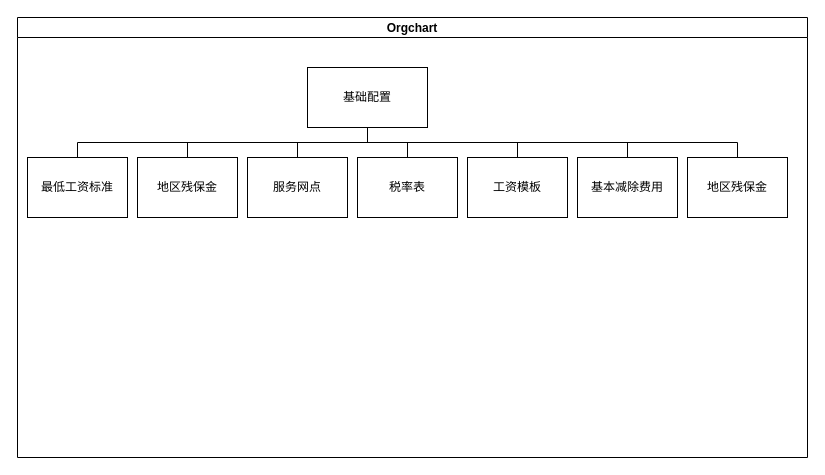
Before: 薪税概况图.drawio in hz-jyq/draw, a draw.io diagram. Source tidied: cells renumbered, new cells numbered last; positions are measured from the earlier drawing's top-left corner, leaving out a move shared by most shapes. Both pictures are drawn from the tidied source at 100%, with x=0, y=0 at pixel (17, 17).
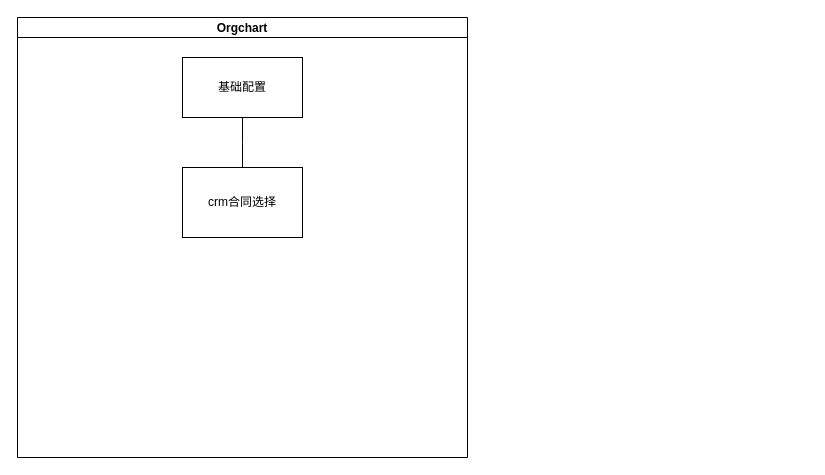
The same diagram, later.

Commit message (it also covers changes not shown here):
更新薪税概况图.drawio

Change to the diagram source:
```diff
@@
 <mxGraphModel>
   <root>
     <mxCell id="0" />
     <mxCell id="1" parent="0" />
     <mxCell id="2" value="Orgchart" style="swimlane;startSize=20;horizontal=1;containerType=tree;newEdgeStyle={&quot;edgeStyle&quot;:&quot;elbowEdgeStyle&quot;,&quot;startArrow&quot;:&quot;none&quot;,&quot;endArrow&quot;:&quot;none&quot;};" parent="1" vertex="1">
-      <mxGeometry width="790" height="440" as="geometry" />
+      <mxGeometry width="450" height="440" as="geometry" />
     </mxCell>
-    <mxCell id="3" style="edgeStyle=elbowEdgeStyle;elbow=vertical;sourcePerimeterSpacing=0;targetPerimeterSpacing=0;startArrow=none;endArrow=none;rounded=0;curved=0;" parent="2" edge="1" source="5" target="6">
-      <mxGeometry relative="1" as="geometry" />
-    </mxCell>
-    <mxCell id="4" style="edgeStyle=elbowEdgeStyle;elbow=vertical;sourcePerimeterSpacing=0;targetPerimeterSpacing=0;startArrow=none;endArrow=none;rounded=0;curved=0;" parent="2" edge="1" source="5" target="7">
-      <mxGeometry relative="1" as="geometry" />
-    </mxCell>
-    <mxCell id="5" value="基础配置" style="whiteSpace=wrap;html=1;align=center;newEdgeStyle={&quot;edgeStyle&quot;:&quot;elbowEdgeStyle&quot;,&quot;startArrow&quot;:&quot;none&quot;,&quot;endArrow&quot;:&quot;none&quot;};" parent="2" vertex="1">
-      <mxGeometry x="290" y="50" width="120" height="60" as="geometry" />
+    <mxCell id="5" value="crm合同选择" style="whiteSpace=wrap;html=1;align=center;newEdgeStyle={&quot;edgeStyle&quot;:&quot;elbowEdgeStyle&quot;,&quot;startArrow&quot;:&quot;none&quot;,&quot;endArrow&quot;:&quot;none&quot;};" parent="2" vertex="1" collapsed="1">
+      <mxGeometry x="165" y="150" width="120" height="70" as="geometry" />
     </mxCell>
-    <mxCell id="6" value="最低工资标准" style="whiteSpace=wrap;html=1;align=center;verticalAlign=middle;newEdgeStyle={&quot;edgeStyle&quot;:&quot;elbowEdgeStyle&quot;,&quot;startArrow&quot;:&quot;none&quot;,&quot;endArrow&quot;:&quot;none&quot;};" parent="2" vertex="1">
-      <mxGeometry x="10" y="140" width="100" height="60" as="geometry" />
-    </mxCell>
-    <mxCell id="7" value="地区残保金" style="whiteSpace=wrap;html=1;align=center;verticalAlign=middle;newEdgeStyle={&quot;edgeStyle&quot;:&quot;elbowEdgeStyle&quot;,&quot;startArrow&quot;:&quot;none&quot;,&quot;endArrow&quot;:&quot;none&quot;};" parent="2" vertex="1" collapsed="1">
-      <mxGeometry x="120" y="140" width="100" height="60" as="geometry" />
-    </mxCell>
-    <mxCell id="8" value="服务网点" style="whiteSpace=wrap;html=1;align=center;verticalAlign=middle;newEdgeStyle={&quot;edgeStyle&quot;:&quot;elbowEdgeStyle&quot;,&quot;startArrow&quot;:&quot;none&quot;,&quot;endArrow&quot;:&quot;none&quot;};" parent="2" vertex="1" collapsed="1">
-      <mxGeometry x="230" y="140" width="100" height="60" as="geometry" />
-    </mxCell>
-    <mxCell id="9" style="edgeStyle=elbowEdgeStyle;elbow=vertical;sourcePerimeterSpacing=0;targetPerimeterSpacing=0;startArrow=none;endArrow=none;rounded=0;curved=0;" parent="2" edge="1" source="5" target="8">
-      <mxGeometry relative="1" as="geometry" />
-    </mxCell>
-    <mxCell id="10" value="税率表" style="whiteSpace=wrap;html=1;align=center;verticalAlign=middle;newEdgeStyle={&quot;edgeStyle&quot;:&quot;elbowEdgeStyle&quot;,&quot;startArrow&quot;:&quot;none&quot;,&quot;endArrow&quot;:&quot;none&quot;};" parent="2" vertex="1" collapsed="1">
-      <mxGeometry x="340" y="140" width="100" height="60" as="geometry" />
-    </mxCell>
-    <mxCell id="11" style="edgeStyle=elbowEdgeStyle;elbow=vertical;sourcePerimeterSpacing=0;targetPerimeterSpacing=0;startArrow=none;endArrow=none;rounded=0;curved=0;" parent="2" edge="1" source="5" target="10">
-      <mxGeometry relative="1" as="geometry" />
-    </mxCell>
-    <mxCell id="12" value="工资模板" style="whiteSpace=wrap;html=1;align=center;verticalAlign=middle;newEdgeStyle={&quot;edgeStyle&quot;:&quot;elbowEdgeStyle&quot;,&quot;startArrow&quot;:&quot;none&quot;,&quot;endArrow&quot;:&quot;none&quot;};" parent="2" vertex="1" collapsed="1">
-      <mxGeometry x="450" y="140" width="100" height="60" as="geometry" />
-    </mxCell>
-    <mxCell id="13" style="edgeStyle=elbowEdgeStyle;elbow=vertical;sourcePerimeterSpacing=0;targetPerimeterSpacing=0;startArrow=none;endArrow=none;rounded=0;curved=0;" parent="2" edge="1" source="5" target="12">
-      <mxGeometry relative="1" as="geometry" />
-    </mxCell>
-    <mxCell id="14" value="基本减除费用" style="whiteSpace=wrap;html=1;align=center;verticalAlign=middle;newEdgeStyle={&quot;edgeStyle&quot;:&quot;elbowEdgeStyle&quot;,&quot;startArrow&quot;:&quot;none&quot;,&quot;endArrow&quot;:&quot;none&quot;};" parent="2" vertex="1" collapsed="1">
-      <mxGeometry x="560" y="140" width="100" height="60" as="geometry" />
-    </mxCell>
-    <mxCell id="15" style="edgeStyle=elbowEdgeStyle;elbow=vertical;sourcePerimeterSpacing=0;targetPerimeterSpacing=0;startArrow=none;endArrow=none;rounded=0;curved=0;" parent="2" edge="1" source="5" target="14">
-      <mxGeometry relative="1" as="geometry" />
-    </mxCell>
-    <mxCell id="16" value="地区残保金" style="whiteSpace=wrap;html=1;align=center;verticalAlign=middle;newEdgeStyle={&quot;edgeStyle&quot;:&quot;elbowEdgeStyle&quot;,&quot;startArrow&quot;:&quot;none&quot;,&quot;endArrow&quot;:&quot;none&quot;};" parent="2" vertex="1" collapsed="1">
-      <mxGeometry x="670" y="140" width="100" height="60" as="geometry" />
-    </mxCell>
-    <mxCell id="17" style="edgeStyle=elbowEdgeStyle;elbow=vertical;sourcePerimeterSpacing=0;targetPerimeterSpacing=0;startArrow=none;endArrow=none;rounded=0;curved=0;" parent="2" edge="1" source="5" target="16">
-      <mxGeometry relative="1" as="geometry" />
-    </mxCell>
+    <mxCell id="18" style="edgeStyle=elbowEdgeStyle;rounded=0;jettySize=auto;html=1;startArrow=none;endArrow=none;entryX=0.5;entryY=0;entryDx=0;entryDy=0;" parent="2" edge="1" source="19" target="5">
+      <mxGeometry relative="1" as="geometry" />
+    </mxCell>
+    <mxCell id="19" value="基础配置" style="whiteSpace=wrap;html=1;align=center;newEdgeStyle={&quot;edgeStyle&quot;:&quot;elbowEdgeStyle&quot;,&quot;startArrow&quot;:&quot;none&quot;,&quot;endArrow&quot;:&quot;none&quot;};" parent="2" vertex="1" collapsed="1">
+      <mxGeometry x="165" y="40" width="120" height="60" as="geometry" />
+    </mxCell>
   </root>
 </mxGraphModel>
```
